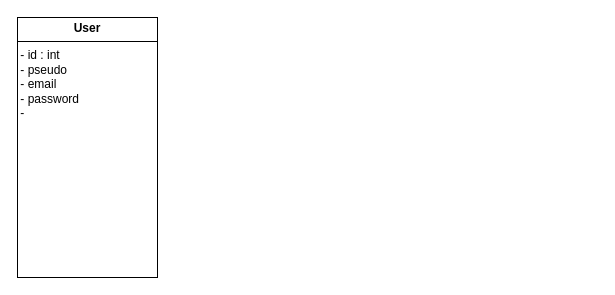
Above: Diagramme sans nom.drawio in loyfael/Waveme (draw.io), before the change. Source tidied: cells renumbered, new cells numbered last; positions are measured from the earlier drawing's top-left corner, leaving out a move shared by most shapes. Both pictures are drawn from the tidied source at 100%, with x=0, y=0 at pixel (17, 17).
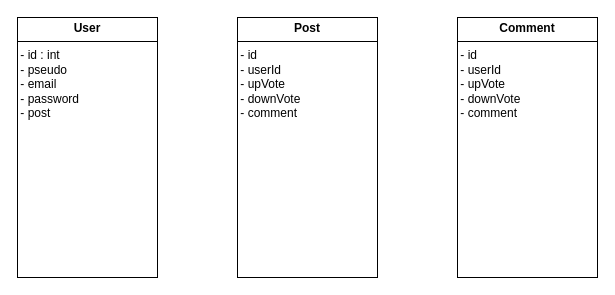
The same page after the edit.

Change to the diagram source:
```diff
@@
 <mxGraphModel>
   <root>
     <mxCell id="0" />
     <mxCell id="1" parent="0" />
-    <mxCell id="2" value="&lt;p style=&quot;margin:0px;margin-top:4px;text-align:center;&quot;&gt;&lt;b&gt;User&lt;/b&gt;&lt;/p&gt;&lt;hr size=&quot;1&quot; style=&quot;border-style:solid;&quot;&gt;&lt;div style=&quot;height:2px;&quot;&gt;&amp;nbsp;- id : int&lt;br&gt;&amp;nbsp;- pseudo&lt;br&gt;&amp;nbsp;- email&lt;br&gt;&amp;nbsp;- password&lt;br&gt;&amp;nbsp;-&amp;nbsp;&lt;br&gt;&lt;/div&gt;" style="verticalAlign=top;align=left;overflow=fill;html=1;whiteSpace=wrap;" parent="1" vertex="1">
+    <mxCell id="2" value="&lt;p style=&quot;margin:0px;margin-top:4px;text-align:center;&quot;&gt;&lt;b&gt;User&lt;/b&gt;&lt;/p&gt;&lt;hr size=&quot;1&quot; style=&quot;border-style:solid;&quot;&gt;&lt;div style=&quot;height:2px;&quot;&gt;&amp;nbsp;- id : int&lt;br&gt;&amp;nbsp;- pseudo&lt;br&gt;&amp;nbsp;- email&lt;br&gt;&amp;nbsp;- password&lt;br&gt;&amp;nbsp;- post&lt;br&gt;&lt;/div&gt;" style="verticalAlign=top;align=left;overflow=fill;html=1;whiteSpace=wrap;" parent="1" vertex="1">
       <mxGeometry width="140" height="260" as="geometry" />
     </mxCell>
+    <mxCell id="3" value="&lt;p style=&quot;margin:0px;margin-top:4px;text-align:center;&quot;&gt;&lt;b&gt;Post&lt;/b&gt;&lt;/p&gt;&lt;hr size=&quot;1&quot; style=&quot;border-style:solid;&quot;&gt;&lt;div style=&quot;height:2px;&quot;&gt;&amp;nbsp;- id&lt;br&gt;&amp;nbsp;- userId&amp;nbsp;&lt;br&gt;&amp;nbsp;- upVote&lt;br&gt;&amp;nbsp;- downVote&lt;br&gt;&amp;nbsp;- comment&lt;/div&gt;&lt;div style=&quot;height:2px;&quot;&gt;&lt;br&gt;&lt;/div&gt;&lt;div style=&quot;height:2px;&quot;&gt;&lt;br&gt;&lt;/div&gt;&lt;div style=&quot;height:2px;&quot;&gt;&lt;br&gt;&lt;/div&gt;" style="verticalAlign=top;align=left;overflow=fill;html=1;whiteSpace=wrap;" parent="1" vertex="1">
+      <mxGeometry x="220" width="140" height="260" as="geometry" />
+    </mxCell>
+    <mxCell id="4" value="&lt;p style=&quot;margin:0px;margin-top:4px;text-align:center;&quot;&gt;&lt;b&gt;Comment&lt;/b&gt;&lt;/p&gt;&lt;hr size=&quot;1&quot; style=&quot;border-style:solid;&quot;&gt;&lt;div style=&quot;height:2px;&quot;&gt;&amp;nbsp;- id&lt;br&gt;&amp;nbsp;- userId&amp;nbsp;&lt;br&gt;&amp;nbsp;- upVote&lt;br&gt;&amp;nbsp;- downVote&lt;br&gt;&amp;nbsp;- comment&lt;/div&gt;&lt;div style=&quot;height:2px;&quot;&gt;&lt;br&gt;&lt;/div&gt;&lt;div style=&quot;height:2px;&quot;&gt;&lt;br&gt;&lt;/div&gt;&lt;div style=&quot;height:2px;&quot;&gt;&lt;br&gt;&lt;/div&gt;" style="verticalAlign=top;align=left;overflow=fill;html=1;whiteSpace=wrap;" parent="1" vertex="1">
+      <mxGeometry x="440" width="140" height="260" as="geometry" />
+    </mxCell>
   </root>
 </mxGraphModel>
```
